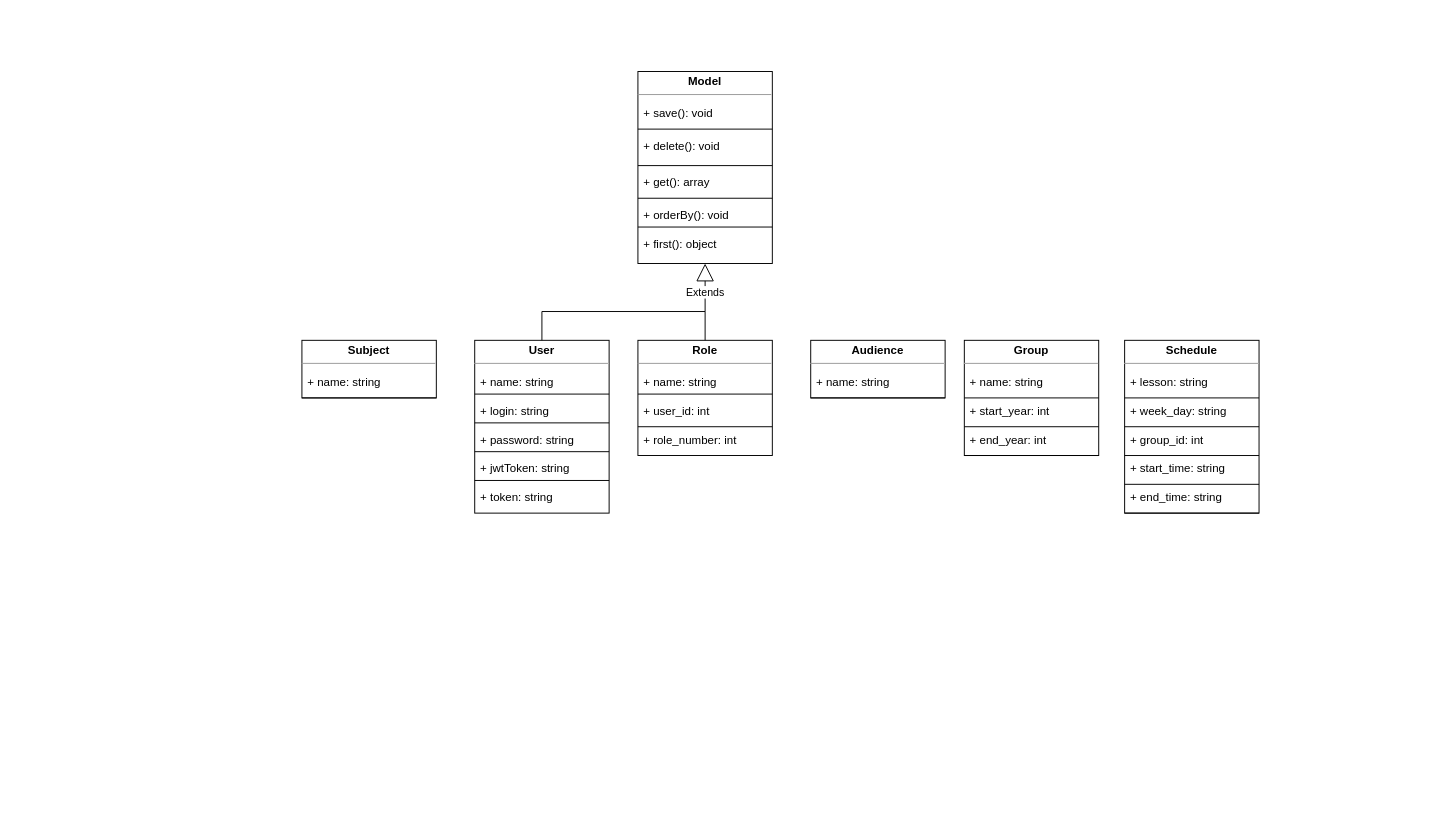
Gallismo/asdasf keeps this draw.io diagram as Untitled Diagram.drawio.xml. Above is the earlier version. Source tidied: cells renumbered, new cells numbered last; positions are measured from the earlier drawing's top-left corner, leaving out a move shared by most shapes. Both pictures are drawn from the tidied source at 96%, with x=0, y=0 at pixel (301, 71).
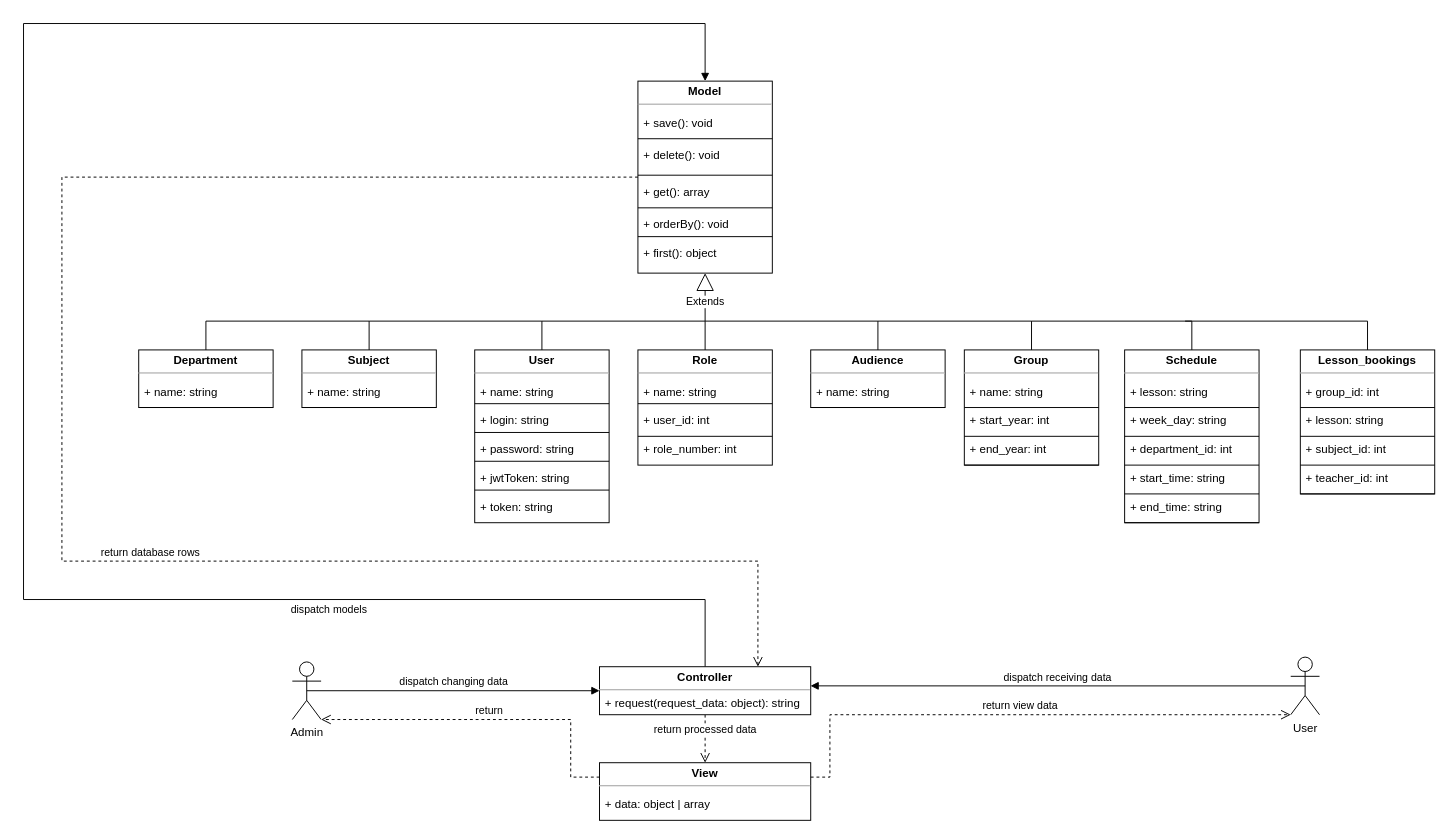
The same page after the edit.

Unchanged cells that the change refers to:
```xml
<mxCell id="3" value="&lt;p style=&quot;margin: 0px ; margin-top: 4px ; text-align: center&quot;&gt;&lt;b&gt;Model&lt;/b&gt;&lt;/p&gt;&lt;hr size=&quot;1&quot;&gt;&lt;div style=&quot;height: 2px&quot;&gt;&lt;/div&gt;" style="verticalAlign=top;align=left;overflow=fill;fontSize=12;fontFamily=Helvetica;html=1;" parent="2" vertex="1">
  <mxGeometry width="140" height="200" as="geometry" />
</mxCell>
<mxCell id="15" value="&lt;p style=&quot;margin: 0px ; margin-top: 4px ; text-align: center&quot;&gt;&lt;b&gt;User&lt;/b&gt;&lt;/p&gt;&lt;hr size=&quot;1&quot;&gt;&lt;div style=&quot;height: 2px&quot;&gt;&lt;/div&gt;" style="verticalAlign=top;align=left;overflow=fill;fontSize=12;fontFamily=Helvetica;html=1;" parent="14" vertex="1">
  <mxGeometry width="140" height="180" as="geometry" />
</mxCell>
<mxCell id="26" value="&lt;p style=&quot;margin: 0px ; margin-top: 4px ; text-align: center&quot;&gt;&lt;b&gt;Role&lt;/b&gt;&lt;/p&gt;&lt;hr size=&quot;1&quot;&gt;&lt;div style=&quot;height: 2px&quot;&gt;&lt;/div&gt;" style="verticalAlign=top;align=left;overflow=fill;fontSize=12;fontFamily=Helvetica;html=1;" parent="25" vertex="1">
  <mxGeometry width="140" height="120" as="geometry" />
</mxCell>
```

The edit, as a diff of the source:
```diff
@@
+    <mxCell id="72" style="group;" parent="1" vertex="1">
+      <mxGeometry x="-170" y="10" width="1350" height="464" as="geometry" />
+    </mxCell>
-    <mxCell id="2" style="group;" parent="1" vertex="1">
-      <mxGeometry x="350" width="140" height="200" as="geometry" />
+    <mxCell id="2" style="group;" parent="72" vertex="1">
+      <mxGeometry x="520" width="140" height="200" as="geometry" />
     </mxCell>
@@
-    <mxCell id="14" style="group;" parent="1" vertex="1">
-      <mxGeometry x="180" y="280" width="140" height="180" as="geometry" />
+    <mxCell id="14" style="group;" parent="72" vertex="1">
+      <mxGeometry x="350" y="280" width="140" height="180" as="geometry" />
     </mxCell>
@@
-    <mxCell id="25" style="group;" parent="1" vertex="1">
-      <mxGeometry x="350" y="280" width="140" height="120" as="geometry" />
+    <mxCell id="25" style="group;" parent="72" vertex="1">
+      <mxGeometry x="520" y="280" width="140" height="120" as="geometry" />
     </mxCell>
@@
-    <mxCell id="32" value="Extends" style="endArrow=block;endSize=16;endFill=0;html=1;rounded=0;exitX=0.5;exitY=0;exitDx=0;exitDy=0;" parent="1" edge="1" source="15">
+    <mxCell id="32" value="Extends" style="endArrow=block;endSize=16;endFill=0;html=1;rounded=0;exitX=0.5;exitY=0;exitDx=0;exitDy=0;" parent="72" edge="1" source="15">
       <mxGeometry x="0.76" relative="1" as="geometry">
-        <mxPoint x="420" y="200" as="targetPoint" />
+        <mxPoint x="590" y="200" as="targetPoint" />
         <Array as="points">
-          <mxPoint x="250" y="250" />
           <mxPoint x="420" y="250" />
+          <mxPoint x="590" y="250" />
         </Array>
       </mxGeometry>
     </mxCell>
-    <mxCell id="33" style="endArrow=none;html=1;rounded=0;exitX=0.5;exitY=0;exitDx=0;exitDy=0;" parent="1" edge="1" source="26">
+    <mxCell id="33" style="endArrow=none;html=1;rounded=0;exitX=0.5;exitY=0;exitDx=0;exitDy=0;" parent="72" edge="1" source="26">
       <mxGeometry relative="1" as="geometry">
-        <mxPoint x="420" y="250" as="targetPoint" />
+        <mxPoint x="590" y="250" as="targetPoint" />
       </mxGeometry>
     </mxCell>
-    <mxCell id="34" value="&lt;p style=&quot;margin: 0px ; margin-top: 4px ; text-align: center&quot;&gt;&lt;b&gt;Audience&lt;/b&gt;&lt;br&gt;&lt;/p&gt;&lt;hr size=&quot;1&quot;&gt;&lt;div style=&quot;height: 2px&quot;&gt;&lt;/div&gt;" style="verticalAlign=top;align=left;overflow=fill;fontSize=12;fontFamily=Helvetica;html=1;" parent="1" vertex="1">
-      <mxGeometry x="530" y="280" width="140" height="60" as="geometry" />
+    <mxCell id="34" value="&lt;p style=&quot;margin: 0px ; margin-top: 4px ; text-align: center&quot;&gt;&lt;b&gt;Audience&lt;/b&gt;&lt;br&gt;&lt;/p&gt;&lt;hr size=&quot;1&quot;&gt;&lt;div style=&quot;height: 2px&quot;&gt;&lt;/div&gt;" style="verticalAlign=top;align=left;overflow=fill;fontSize=12;fontFamily=Helvetica;html=1;" parent="72" vertex="1">
+      <mxGeometry x="700" y="280" width="140" height="60" as="geometry" />
     </mxCell>
-    <mxCell id="35" style="group;" parent="1" vertex="1">
-      <mxGeometry x="530" y="310" width="140" height="34" as="geometry" />
+    <mxCell id="35" style="group;" parent="72" vertex="1">
+      <mxGeometry x="700" y="310" width="140" height="34" as="geometry" />
     </mxCell>
@@
-    <mxCell id="38" style="edgeStyle=orthogonalEdgeStyle;rounded=0;orthogonalLoop=1;jettySize=auto;html=1;exitX=0.5;exitY=1;exitDx=0;exitDy=0;" parent="1" edge="1" source="34" target="34">
+    <mxCell id="38" style="edgeStyle=orthogonalEdgeStyle;rounded=0;orthogonalLoop=1;jettySize=auto;html=1;exitX=0.5;exitY=1;exitDx=0;exitDy=0;" parent="72" edge="1" source="34" target="34">
       <mxGeometry relative="1" as="geometry" />
     </mxCell>
-    <mxCell id="39" value="&lt;p style=&quot;margin: 0px ; margin-top: 4px ; text-align: center&quot;&gt;&lt;b&gt;Group&lt;/b&gt;&lt;br&gt;&lt;/p&gt;&lt;hr size=&quot;1&quot;&gt;&lt;div style=&quot;height: 2px&quot;&gt;&lt;/div&gt;" style="verticalAlign=top;align=left;overflow=fill;fontSize=12;fontFamily=Helvetica;html=1;" parent="1" vertex="1">
-      <mxGeometry x="690" y="280" width="140" height="120" as="geometry" />
+    <mxCell id="39" value="&lt;p style=&quot;margin: 0px ; margin-top: 4px ; text-align: center&quot;&gt;&lt;b&gt;Group&lt;/b&gt;&lt;br&gt;&lt;/p&gt;&lt;hr size=&quot;1&quot;&gt;&lt;div style=&quot;height: 2px&quot;&gt;&lt;/div&gt;" style="verticalAlign=top;align=left;overflow=fill;fontSize=12;fontFamily=Helvetica;html=1;" parent="72" vertex="1">
+      <mxGeometry x="860" y="280" width="140" height="120" as="geometry" />
     </mxCell>
-    <mxCell id="40" style="group;" parent="1" vertex="1">
-      <mxGeometry x="690" y="310" width="140" height="34" as="geometry" />
+    <mxCell id="40" style="group;" parent="72" vertex="1">
+      <mxGeometry x="860" y="310" width="140" height="34" as="geometry" />
     </mxCell>
@@
-    <mxCell id="43" style="edgeStyle=orthogonalEdgeStyle;rounded=0;orthogonalLoop=1;jettySize=auto;html=1;exitX=0.5;exitY=1;exitDx=0;exitDy=0;" parent="1" edge="1" source="39" target="39">
+    <mxCell id="43" style="edgeStyle=orthogonalEdgeStyle;rounded=0;orthogonalLoop=1;jettySize=auto;html=1;exitX=0.5;exitY=1;exitDx=0;exitDy=0;" parent="72" edge="1" source="39" target="39">
       <mxGeometry relative="1" as="geometry" />
     </mxCell>
-    <mxCell id="44" style="group;" parent="1" vertex="1">
-      <mxGeometry x="690" y="340" width="140" height="34" as="geometry" />
+    <mxCell id="44" style="group;" parent="72" vertex="1">
+      <mxGeometry x="860" y="340" width="140" height="34" as="geometry" />
     </mxCell>
@@
-    <mxCell id="47" style="group;" parent="1" vertex="1">
-      <mxGeometry x="690" y="370" width="140" height="34" as="geometry" />
+    <mxCell id="47" style="group;" parent="72" vertex="1">
+      <mxGeometry x="860" y="370" width="140" height="34" as="geometry" />
     </mxCell>
@@
-    <mxCell id="50" value="&lt;p style=&quot;margin: 0px ; margin-top: 4px ; text-align: center&quot;&gt;&lt;b&gt;Subject&lt;/b&gt;&lt;br&gt;&lt;/p&gt;&lt;hr size=&quot;1&quot;&gt;&lt;div style=&quot;height: 2px&quot;&gt;&lt;/div&gt;" style="verticalAlign=top;align=left;overflow=fill;fontSize=12;fontFamily=Helvetica;html=1;" parent="1" vertex="1">
-      <mxGeometry y="280" width="140" height="60" as="geometry" />
+    <mxCell id="50" value="&lt;p style=&quot;margin: 0px ; margin-top: 4px ; text-align: center&quot;&gt;&lt;b&gt;Subject&lt;/b&gt;&lt;br&gt;&lt;/p&gt;&lt;hr size=&quot;1&quot;&gt;&lt;div style=&quot;height: 2px&quot;&gt;&lt;/div&gt;" style="verticalAlign=top;align=left;overflow=fill;fontSize=12;fontFamily=Helvetica;html=1;" parent="72" vertex="1">
+      <mxGeometry x="170" y="280" width="140" height="60" as="geometry" />
     </mxCell>
-    <mxCell id="51" style="group;" parent="1" vertex="1">
-      <mxGeometry y="310" width="140" height="34" as="geometry" />
+    <mxCell id="51" style="group;" parent="72" vertex="1">
+      <mxGeometry x="170" y="310" width="140" height="34" as="geometry" />
     </mxCell>
@@
-    <mxCell id="54" style="edgeStyle=orthogonalEdgeStyle;rounded=0;orthogonalLoop=1;jettySize=auto;html=1;exitX=0.5;exitY=1;exitDx=0;exitDy=0;" parent="1" edge="1" source="50" target="50">
+    <mxCell id="54" style="edgeStyle=orthogonalEdgeStyle;rounded=0;orthogonalLoop=1;jettySize=auto;html=1;exitX=0.5;exitY=1;exitDx=0;exitDy=0;" parent="72" edge="1" source="50" target="50">
       <mxGeometry relative="1" as="geometry" />
     </mxCell>
-    <mxCell id="55" value="&lt;p style=&quot;margin: 0px ; margin-top: 4px ; text-align: center&quot;&gt;&lt;b&gt;Schedule&lt;/b&gt;&lt;br&gt;&lt;/p&gt;&lt;hr size=&quot;1&quot;&gt;&lt;div style=&quot;height: 2px&quot;&gt;&lt;/div&gt;" style="verticalAlign=top;align=left;overflow=fill;fontSize=12;fontFamily=Helvetica;html=1;" parent="1" vertex="1">
-      <mxGeometry x="857" y="280" width="140" height="180" as="geometry" />
+    <mxCell id="55" value="&lt;p style=&quot;margin: 0px ; margin-top: 4px ; text-align: center&quot;&gt;&lt;b&gt;Schedule&lt;/b&gt;&lt;br&gt;&lt;/p&gt;&lt;hr size=&quot;1&quot;&gt;&lt;div style=&quot;height: 2px&quot;&gt;&lt;/div&gt;" style="verticalAlign=top;align=left;overflow=fill;fontSize=12;fontFamily=Helvetica;html=1;" parent="72" vertex="1">
+      <mxGeometry x="1027" y="280" width="140" height="180" as="geometry" />
     </mxCell>
-    <mxCell id="56" style="group;" parent="1" vertex="1">
-      <mxGeometry x="857" y="310" width="140" height="34" as="geometry" />
+    <mxCell id="56" style="group;" parent="72" vertex="1">
+      <mxGeometry x="1027" y="310" width="140" height="34" as="geometry" />
     </mxCell>
@@
-    <mxCell id="59" style="edgeStyle=orthogonalEdgeStyle;rounded=0;orthogonalLoop=1;jettySize=auto;html=1;exitX=0.5;exitY=1;exitDx=0;exitDy=0;" parent="1" edge="1" source="55" target="55">
+    <mxCell id="59" style="edgeStyle=orthogonalEdgeStyle;rounded=0;orthogonalLoop=1;jettySize=auto;html=1;exitX=0.5;exitY=1;exitDx=0;exitDy=0;" parent="72" edge="1" source="55" target="55">
       <mxGeometry relative="1" as="geometry" />
     </mxCell>
-    <mxCell id="60" style="group;" parent="1" vertex="1">
-      <mxGeometry x="857" y="340" width="140" height="34" as="geometry" />
+    <mxCell id="60" style="group;" parent="72" vertex="1">
+      <mxGeometry x="1027" y="340" width="140" height="34" as="geometry" />
     </mxCell>
@@
-    <mxCell id="63" style="group;" parent="1" vertex="1">
-      <mxGeometry x="857" y="370" width="140" height="34" as="geometry" />
+    <mxCell id="63" style="group;" parent="72" vertex="1">
+      <mxGeometry x="1027" y="370" width="140" height="34" as="geometry" />
     </mxCell>
-    <mxCell id="64" value="+ group_id: int" style="text;strokeColor=none;fillColor=none;align=left;verticalAlign=top;spacingLeft=4;spacingRight=4;overflow=hidden;" parent="63" vertex="1">
+    <mxCell id="64" value="+ department_id: int" style="text;strokeColor=none;fillColor=none;align=left;verticalAlign=top;spacingLeft=4;spacingRight=4;overflow=hidden;" parent="63" vertex="1">
       <mxGeometry width="140" height="26" as="geometry" />
     </mxCell>
@@
-    <mxCell id="66" style="group;" parent="1" vertex="1">
-      <mxGeometry x="857" y="400" width="140" height="34" as="geometry" />
+    <mxCell id="66" style="group;" parent="72" vertex="1">
+      <mxGeometry x="1027" y="400" width="140" height="34" as="geometry" />
     </mxCell>
@@
-    <mxCell id="69" style="group;" parent="1" vertex="1">
-      <mxGeometry x="857" y="430" width="140" height="34" as="geometry" />
+    <mxCell id="69" style="group;" parent="72" vertex="1">
+      <mxGeometry x="1027" y="430" width="140" height="34" as="geometry" />
     </mxCell>
@@
+    <mxCell id="73" value="&lt;p style=&quot;margin: 0px ; margin-top: 4px ; text-align: center&quot;&gt;&lt;b&gt;Lesson_bookings&lt;/b&gt;&lt;br&gt;&lt;/p&gt;&lt;hr size=&quot;1&quot;&gt;&lt;div style=&quot;height: 2px&quot;&gt;&lt;/div&gt;" style="verticalAlign=top;align=left;overflow=fill;fontSize=12;fontFamily=Helvetica;html=1;" parent="72" vertex="1">
+      <mxGeometry x="1210" y="280" width="140" height="150" as="geometry" />
+    </mxCell>
+    <mxCell id="74" style="group;" parent="72" vertex="1">
+      <mxGeometry x="1210" y="310" width="140" height="34" as="geometry" />
+    </mxCell>
+    <mxCell id="75" value="+ group_id: int" style="text;strokeColor=none;fillColor=none;align=left;verticalAlign=top;spacingLeft=4;spacingRight=4;overflow=hidden;" parent="74" vertex="1">
+      <mxGeometry width="140" height="26" as="geometry" />
+    </mxCell>
+    <mxCell id="76" style="line;strokeWidth=1;fillColor=none;align=left;verticalAlign=middle;spacingTop=-1;spacingLeft=3;spacingRight=3;labelPosition=right;" parent="74" vertex="1">
+      <mxGeometry y="26" width="140" height="8" as="geometry" />
+    </mxCell>
+    <mxCell id="77" style="group;" parent="72" vertex="1">
+      <mxGeometry x="1210" y="340" width="140" height="34" as="geometry" />
+    </mxCell>
+    <mxCell id="78" value="+ lesson: string" style="text;strokeColor=none;fillColor=none;align=left;verticalAlign=top;spacingLeft=4;spacingRight=4;overflow=hidden;" parent="77" vertex="1">
+      <mxGeometry width="140" height="26" as="geometry" />
+    </mxCell>
+    <mxCell id="79" style="line;strokeWidth=1;fillColor=none;align=left;verticalAlign=middle;spacingTop=-1;spacingLeft=3;spacingRight=3;labelPosition=right;" parent="77" vertex="1">
+      <mxGeometry y="26" width="140" height="8" as="geometry" />
+    </mxCell>
+    <mxCell id="80" style="group;" parent="72" vertex="1">
+      <mxGeometry x="1210" y="370" width="140" height="34" as="geometry" />
+    </mxCell>
+    <mxCell id="81" value="+ subject_id: int" style="text;strokeColor=none;fillColor=none;align=left;verticalAlign=top;spacingLeft=4;spacingRight=4;overflow=hidden;" parent="80" vertex="1">
+      <mxGeometry width="140" height="26" as="geometry" />
+    </mxCell>
+    <mxCell id="82" style="line;strokeWidth=1;fillColor=none;align=left;verticalAlign=middle;spacingTop=-1;spacingLeft=3;spacingRight=3;labelPosition=right;" parent="80" vertex="1">
+      <mxGeometry y="26" width="140" height="8" as="geometry" />
+    </mxCell>
+    <mxCell id="83" value="&lt;p style=&quot;margin: 0px ; margin-top: 4px ; text-align: center&quot;&gt;&lt;b&gt;Department&lt;/b&gt;&lt;br&gt;&lt;/p&gt;&lt;hr size=&quot;1&quot;&gt;&lt;div style=&quot;height: 2px&quot;&gt;&lt;/div&gt;" style="verticalAlign=top;align=left;overflow=fill;fontSize=12;fontFamily=Helvetica;html=1;" parent="72" vertex="1">
+      <mxGeometry y="280" width="140" height="60" as="geometry" />
+    </mxCell>
+    <mxCell id="84" style="group;" parent="72" vertex="1">
+      <mxGeometry y="310" width="140" height="34" as="geometry" />
+    </mxCell>
+    <mxCell id="85" value="+ name: string" style="text;strokeColor=none;fillColor=none;align=left;verticalAlign=top;spacingLeft=4;spacingRight=4;overflow=hidden;" parent="84" vertex="1">
+      <mxGeometry width="140" height="26" as="geometry" />
+    </mxCell>
+    <mxCell id="86" style="line;strokeWidth=1;fillColor=none;align=left;verticalAlign=middle;spacingTop=-1;spacingLeft=3;spacingRight=3;labelPosition=right;" parent="84" vertex="1">
+      <mxGeometry y="26" width="140" height="8" as="geometry" />
+    </mxCell>
+    <mxCell id="87" style="group;" parent="72" vertex="1">
+      <mxGeometry x="1210" y="400" width="140" height="34" as="geometry" />
+    </mxCell>
+    <mxCell id="88" value="+ teacher_id: int" style="text;strokeColor=none;fillColor=none;align=left;verticalAlign=top;spacingLeft=4;spacingRight=4;overflow=hidden;" parent="87" vertex="1">
+      <mxGeometry width="140" height="26" as="geometry" />
+    </mxCell>
+    <mxCell id="89" style="line;strokeWidth=1;fillColor=none;align=left;verticalAlign=middle;spacingTop=-1;spacingLeft=3;spacingRight=3;labelPosition=right;" parent="87" vertex="1">
+      <mxGeometry y="26" width="140" height="8" as="geometry" />
+    </mxCell>
+    <mxCell id="90" style="endArrow=none;html=1;rounded=0;exitX=0.5;exitY=0;exitDx=0;exitDy=0;" parent="72" edge="1" source="50">
+      <mxGeometry relative="1" as="geometry">
+        <mxPoint x="420" y="250" as="targetPoint" />
+        <Array as="points">
+          <mxPoint x="240" y="250" />
+        </Array>
+      </mxGeometry>
+    </mxCell>
+    <mxCell id="91" style="endArrow=none;html=1;rounded=0;exitX=0.5;exitY=0;exitDx=0;exitDy=0;" parent="72" edge="1" source="83">
+      <mxGeometry relative="1" as="geometry">
+        <mxPoint x="240" y="250" as="targetPoint" />
+        <Array as="points">
+          <mxPoint x="70" y="250" />
+        </Array>
+      </mxGeometry>
+    </mxCell>
+    <mxCell id="92" style="endArrow=none;html=1;rounded=0;exitX=0.5;exitY=0;exitDx=0;exitDy=0;" parent="72" edge="1" source="34">
+      <mxGeometry relative="1" as="geometry">
+        <mxPoint x="590" y="250" as="targetPoint" />
+        <Array as="points">
+          <mxPoint x="770" y="250" />
+        </Array>
+      </mxGeometry>
+    </mxCell>
+    <mxCell id="93" style="endArrow=none;html=1;rounded=0;exitX=0.5;exitY=0;exitDx=0;exitDy=0;" parent="72" edge="1" source="39">
+      <mxGeometry relative="1" as="geometry">
+        <mxPoint x="770" y="250" as="targetPoint" />
+        <Array as="points">
+          <mxPoint x="930" y="250" />
+        </Array>
+      </mxGeometry>
+    </mxCell>
+    <mxCell id="94" style="endArrow=none;html=1;rounded=0;entryX=0.5;entryY=0;entryDx=0;entryDy=0;" parent="72" edge="1" target="55">
+      <mxGeometry relative="1" as="geometry">
+        <mxPoint x="930" y="250" as="sourcePoint" />
+        <Array as="points">
+          <mxPoint x="1097" y="250" />
+        </Array>
+      </mxGeometry>
+    </mxCell>
+    <mxCell id="95" style="endArrow=none;html=1;rounded=0;exitX=0.5;exitY=0;exitDx=0;exitDy=0;" parent="72" edge="1" source="73">
+      <mxGeometry relative="1" as="geometry">
+        <mxPoint x="1090" y="250" as="targetPoint" />
+        <Array as="points">
+          <mxPoint x="1280" y="250" />
+        </Array>
+      </mxGeometry>
+    </mxCell>
+    <mxCell id="96" value="dispatch models" style="html=1;verticalAlign=bottom;endArrow=block;rounded=0;exitX=0.5;exitY=0;exitDx=0;exitDy=0;entryX=0.5;entryY=0;entryDx=0;entryDy=0;" parent="1" edge="1" source="102" target="3">
+      <mxGeometry x="-0.57" y="20" relative="1" as="geometry">
+        <Array as="points">
+          <mxPoint x="420" y="550" />
+          <mxPoint x="-290" y="550" />
+          <mxPoint x="-290" y="-50" />
+          <mxPoint x="420" y="-50" />
+        </Array>
+      </mxGeometry>
+    </mxCell>
+    <mxCell id="97" value="return database rows" style="html=1;verticalAlign=bottom;endArrow=open;dashed=1;endSize=8;rounded=0;entryX=0.75;entryY=0;entryDx=0;entryDy=0;" parent="1" edge="1" source="3" target="102">
+      <mxGeometry x="0.19" relative="1" as="geometry">
+        <Array as="points">
+          <mxPoint x="-250" y="110" />
+          <mxPoint x="-250" y="510" />
+          <mxPoint x="475" y="510" />
+        </Array>
+      </mxGeometry>
+    </mxCell>
+    <mxCell id="98" style="group;" parent="1" vertex="1">
+      <mxGeometry x="310" y="720" width="220" height="60" as="geometry" />
+    </mxCell>
+    <mxCell id="99" value="&lt;p style=&quot;margin: 0px ; margin-top: 4px ; text-align: center&quot;&gt;&lt;b&gt;View&lt;/b&gt;&lt;/p&gt;&lt;hr size=&quot;1&quot;&gt;&lt;div style=&quot;height: 2px&quot;&gt;&lt;/div&gt;" style="verticalAlign=top;align=left;overflow=fill;fontSize=12;fontFamily=Helvetica;html=1;" parent="98" vertex="1">
+      <mxGeometry width="220" height="60" as="geometry" />
+    </mxCell>
+    <mxCell id="100" value="+ data: object | array" style="text;strokeColor=none;fillColor=none;align=left;verticalAlign=top;spacingLeft=4;spacingRight=4;overflow=hidden;" parent="98" vertex="1">
+      <mxGeometry y="30" width="220" height="26" as="geometry" />
+    </mxCell>
+    <mxCell id="101" value="return processed data" style="html=1;verticalAlign=bottom;endArrow=open;dashed=1;endSize=8;rounded=0;exitX=0.5;exitY=1;exitDx=0;exitDy=0;entryX=0.5;entryY=0;entryDx=0;entryDy=0;" parent="1" edge="1" source="102" target="99">
+      <mxGeometry relative="1" as="geometry" />
+    </mxCell>
+    <mxCell id="102" value="&lt;p style=&quot;margin: 0px ; margin-top: 4px ; text-align: center&quot;&gt;&lt;b&gt;Controller&lt;/b&gt;&lt;br&gt;&lt;/p&gt;&lt;hr size=&quot;1&quot;&gt;&lt;div style=&quot;height: 2px&quot;&gt;&lt;/div&gt;" style="verticalAlign=top;align=left;overflow=fill;fontSize=12;fontFamily=Helvetica;html=1;" parent="1" vertex="1">
+      <mxGeometry x="310" y="620" width="220" height="50" as="geometry" />
+    </mxCell>
+    <mxCell id="103" value="+ request(request_data: object): string" style="text;strokeColor=none;fillColor=none;align=left;verticalAlign=top;spacingLeft=4;spacingRight=4;overflow=hidden;" parent="1" vertex="1">
+      <mxGeometry x="310" y="644.5" width="220" height="25.5" as="geometry" />
+    </mxCell>
+    <mxCell id="104" value="User" style="shape=umlActor;verticalLabelPosition=bottom;verticalAlign=top;html=1;" parent="1" vertex="1">
+      <mxGeometry x="1030" y="610" width="30" height="60" as="geometry" />
+    </mxCell>
+    <mxCell id="105" value="Admin" style="shape=umlActor;verticalLabelPosition=bottom;verticalAlign=top;html=1;" parent="1" vertex="1">
+      <mxGeometry x="-10" y="615" width="30" height="60" as="geometry" />
+    </mxCell>
+    <mxCell id="106" value="dispatch changing data" style="html=1;verticalAlign=bottom;endArrow=block;rounded=0;exitX=0.5;exitY=0.5;exitDx=0;exitDy=0;exitPerimeter=0;entryX=0;entryY=0.5;entryDx=0;entryDy=0;" parent="1" edge="1" source="105" target="102">
+      <mxGeometry relative="1" as="geometry" />
+    </mxCell>
+    <mxCell id="107" value="dispatch receiving data" style="html=1;verticalAlign=bottom;endArrow=block;rounded=0;exitX=0.5;exitY=0.5;exitDx=0;exitDy=0;exitPerimeter=0;entryX=0.999;entryY=0.399;entryDx=0;entryDy=0;entryPerimeter=0;" parent="1" edge="1" source="104" target="102">
+      <mxGeometry relative="1" as="geometry" />
+    </mxCell>
+    <mxCell id="108" value="return view data" style="html=1;verticalAlign=bottom;endArrow=open;dashed=1;endSize=8;rounded=0;exitX=1;exitY=0.25;exitDx=0;exitDy=0;entryX=0;entryY=1;entryDx=0;entryDy=0;entryPerimeter=0;" parent="1" edge="1" source="99" target="104">
+      <mxGeometry relative="1" as="geometry">
+        <Array as="points">
+          <mxPoint x="550" y="735" />
+          <mxPoint x="550" y="670" />
+        </Array>
+      </mxGeometry>
+    </mxCell>
+    <mxCell id="109" value="return" style="html=1;verticalAlign=bottom;endArrow=open;dashed=1;endSize=8;rounded=0;exitX=0;exitY=0.25;exitDx=0;exitDy=0;entryX=1;entryY=1;entryDx=0;entryDy=0;entryPerimeter=0;" parent="1" edge="1" source="99" target="105">
+      <mxGeometry relative="1" as="geometry">
+        <Array as="points">
+          <mxPoint x="280" y="735" />
+          <mxPoint x="280" y="675" />
+        </Array>
+      </mxGeometry>
+    </mxCell>
```
